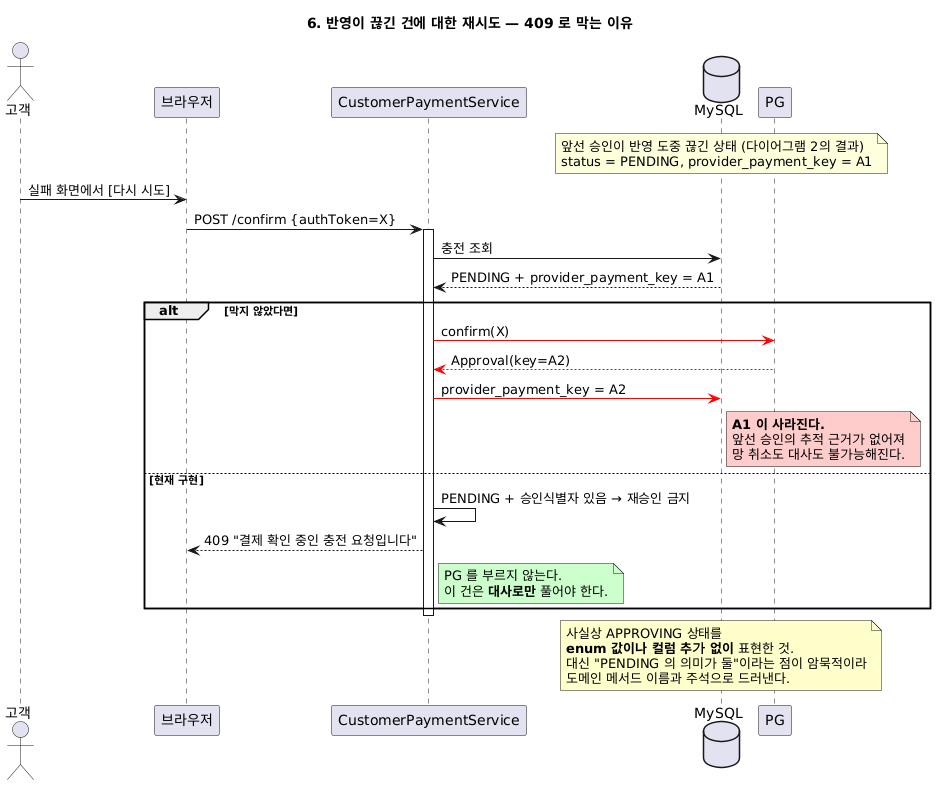
This is docs/결제승인_관련_다이어그램/06-재시도-차단.png from softeerbootcamp-8th/WEB-Team7-Turkey, a PlantUML export, as it was before one commit. Its diagram source:
```plantuml
@startuml 06-재시도-차단
title 6. 반영이 끊긴 건에 대한 재시도 — 409 로 막는 이유

actor 고객 as C
participant "브라우저" as B
participant "CustomerPaymentService" as S
database "MySQL" as DB
participant "PG" as PG

note over DB
  앞선 승인이 반영 도중 끊긴 상태 (다이어그램 2의 결과)
  status = PENDING, provider_payment_key = A1
end note

C -> B: 실패 화면에서 [다시 시도]
B -> S: POST /confirm {authToken=X}
activate S
S -> DB: 충전 조회
DB --> S: PENDING + provider_payment_key = A1

alt 막지 않았다면
  S -[#red]> PG: confirm(X)
  PG -[#red]-> S: Approval(key=A2)
  S -[#red]> DB: provider_payment_key = A2
  note right of DB #FFCCCC
    <b>A1 이 사라진다.</b>
    앞선 승인의 추적 근거가 없어져
    망 취소도 대사도 불가능해진다.
  end note
else 현재 구현
  S -> S: PENDING + 승인식별자 있음 → 재승인 금지
  S --> B: 409 "결제 확인 중인 충전 요청입니다"
  note right of S #CCFFCC
    PG 를 부르지 않는다.
    이 건은 <b>대사로만</b> 풀어야 한다.
  end note
end
deactivate S

note over DB #FFFFCC
  사실상 APPROVING 상태를
  <b>enum 값이나 컬럼 추가 없이</b> 표현한 것.
  대신 "PENDING 의 의미가 둘"이라는 점이 암묵적이라
  도메인 메서드 이름과 주석으로 드러낸다.
end note
@enduml
```
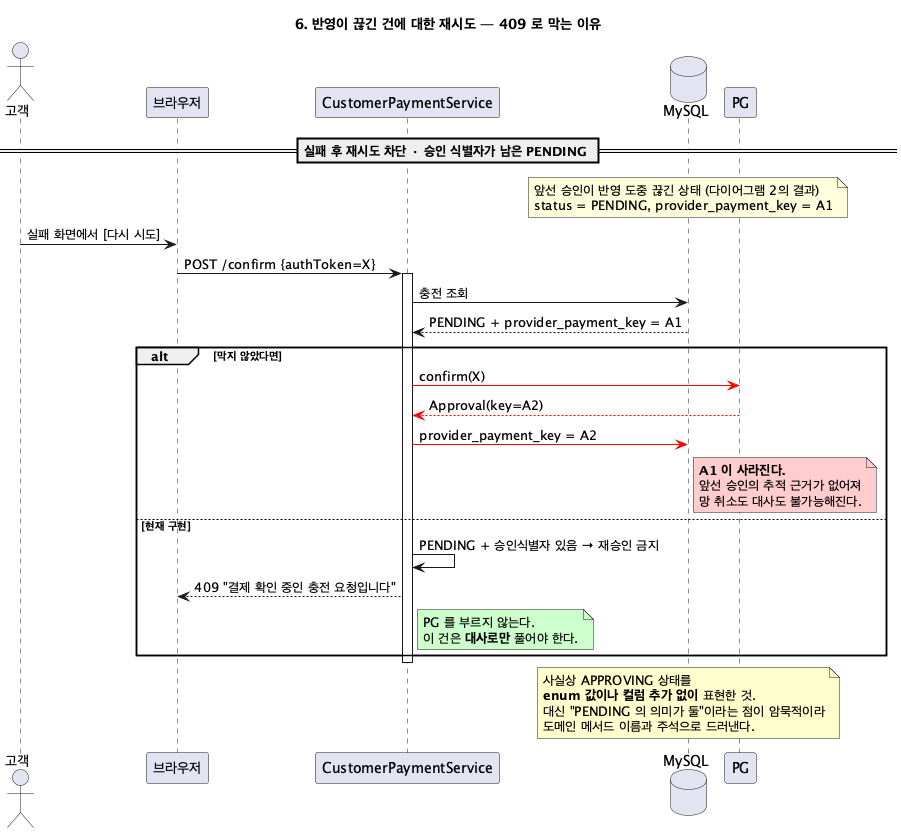
The same diagram one commit later.

What changed in the source:
```diff
@@ -7,6 +7,7 @@
 database "MySQL" as DB
 participant "PG" as PG
 
+== 실패 후 재시도 차단 · 승인 식별자가 남은 PENDING ==
 note over DB
   앞선 승인이 반영 도중 끊긴 상태 (다이어그램 2의 결과)
   status = PENDING, provider_payment_key = A1
```
